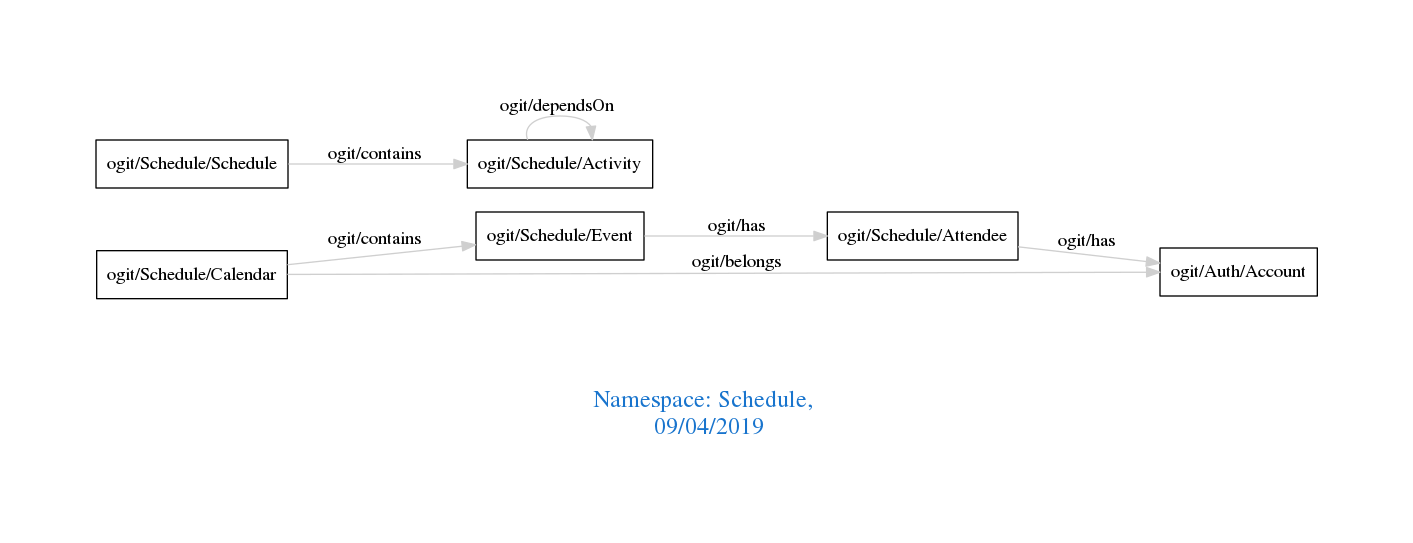
The Graphviz diagram downloads/Schedule.png in arago/OGIT, before a commit. Its source is kept beside it as downloads/Schedule.dot.
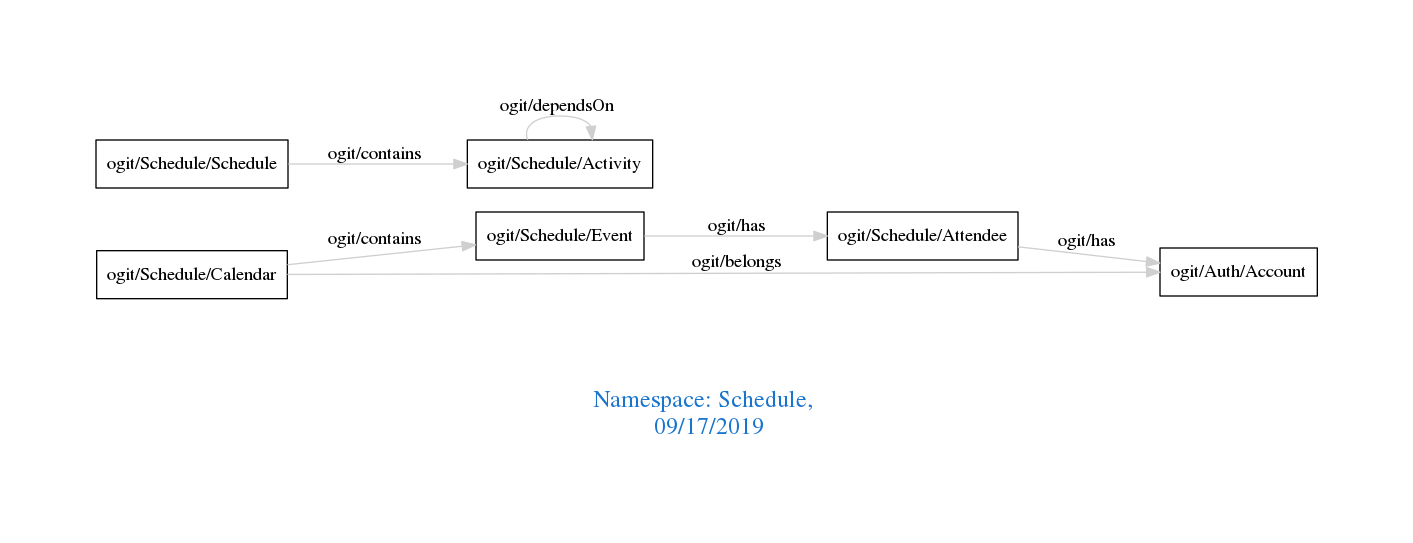
After the commit.

Change to the diagram source:
```diff
@@ -1,7 +1,7 @@
 digraph OGIT_ontology {
  graph [ rankdir= LR,pad=1
 fontsize = 18,
-fontcolor= dodgerblue3,label = "\n\n\nNamespace: Schedule, \n 09/04/2019"];
+fontcolor= dodgerblue3,label = "\n\n\nNamespace: Schedule, \n 09/17/2019"];
 node[shape=polygon];
 edge [  color="gray81"];
 
```
